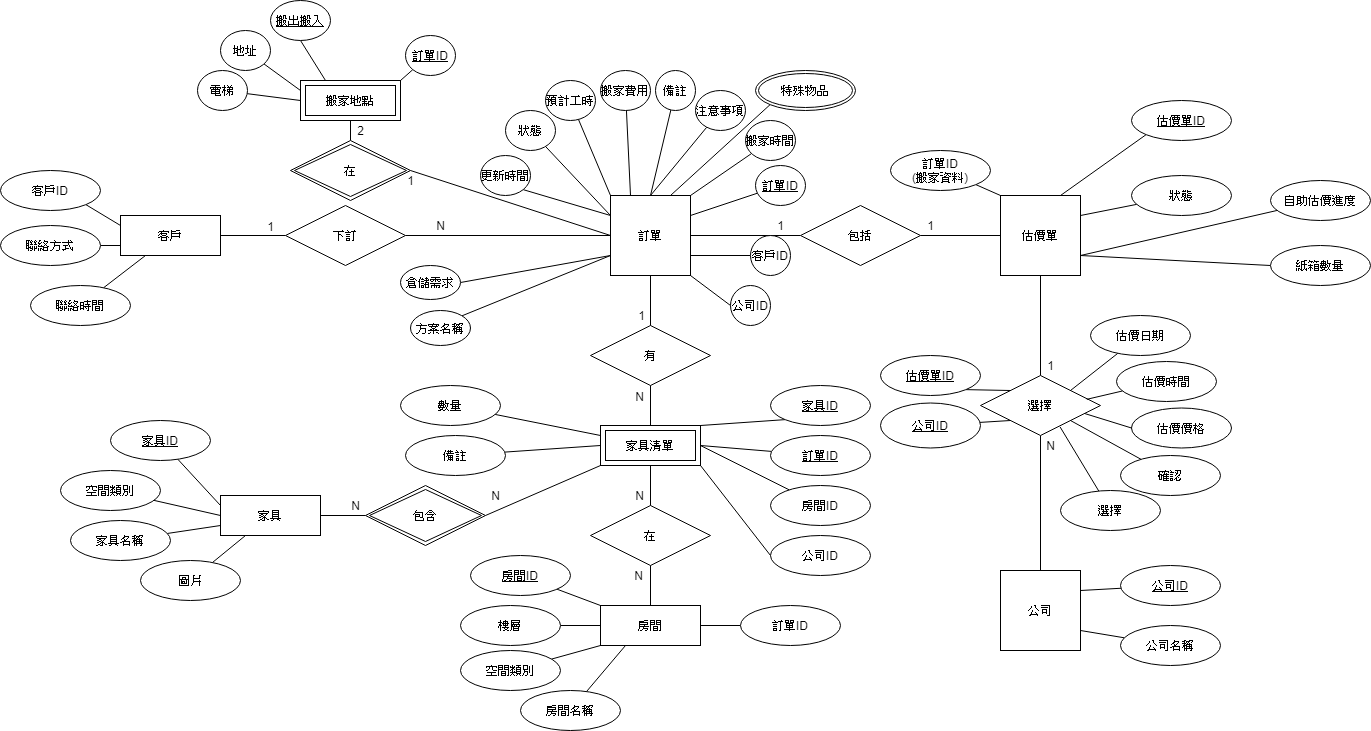
The draw.io diagram ERD/訂單.png in amytina1998/movingPHP, before a commit. Source tidied: cells renumbered, new cells last; positions are measured from the earlier drawing's top-left corner, leaving out a move shared by most shapes.
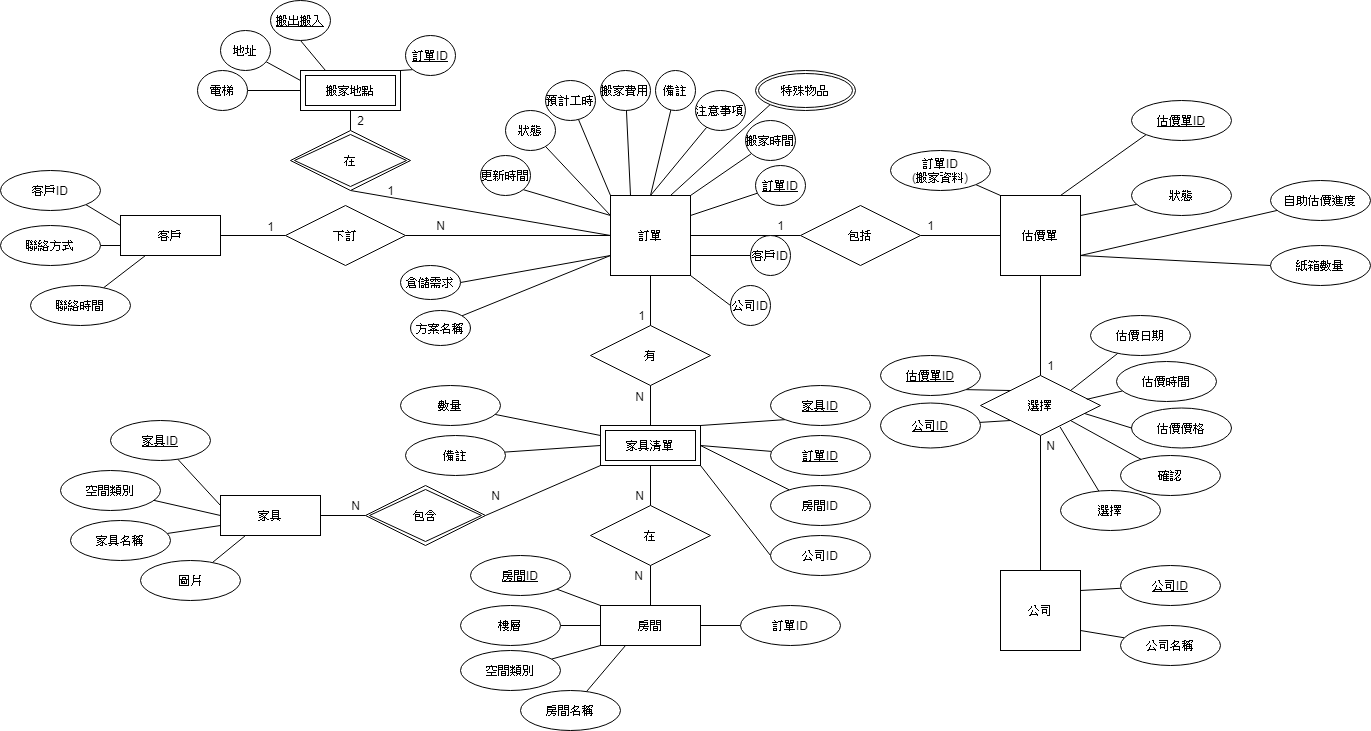
After the change.

Change to the diagram source:
```diff
@@ -193,7 +193,7 @@
     <mxCell id="61" style="edgeStyle=none;rounded=0;jettySize=auto;html=1;exitX=1;exitY=0.5;exitDx=0;exitDy=0;entryX=0;entryY=0.5;entryDx=0;entryDy=0;endArrow=none;endFill=0;" parent="1" edge="1" source="63" target="84">
       <mxGeometry relative="1" as="geometry" />
     </mxCell>
-    <mxCell id="62" style="edgeStyle=none;rounded=0;jettySize=auto;html=1;exitX=0;exitY=0.5;exitDx=0;exitDy=0;entryX=1;entryY=0.5;entryDx=0;entryDy=0;endArrow=none;endFill=0;" parent="1" edge="1" source="63" target="120">
+    <mxCell id="62" style="edgeStyle=none;rounded=0;jettySize=auto;html=1;exitX=0;exitY=0.5;exitDx=0;exitDy=0;entryX=0.5;entryY=1;entryDx=0;entryDy=0;endArrow=none;endFill=0;" parent="1" edge="1" source="63" target="120">
       <mxGeometry relative="1" as="geometry" />
     </mxCell>
     <mxCell id="63" value="訂單" style="whiteSpace=wrap;html=1;align=center;" parent="1" vertex="1">
@@ -350,7 +350,7 @@
       <mxGeometry x="197" y="70" width="50" height="40" as="geometry" />
     </mxCell>
     <mxCell id="114" value="搬家地點" style="shape=ext;margin=3;double=1;whiteSpace=wrap;html=1;align=center;" parent="1" vertex="1">
-      <mxGeometry x="300" y="80" width="100" height="40" as="geometry" />
+      <mxGeometry x="300" y="70" width="100" height="40" as="geometry" />
     </mxCell>
     <mxCell id="115" style="edgeStyle=none;rounded=0;jettySize=auto;html=1;exitX=0.5;exitY=1;exitDx=0;exitDy=0;entryX=0.25;entryY=0;entryDx=0;entryDy=0;endArrow=none;endFill=0;fontStyle=4;" parent="1" edge="1" source="116" target="114">
       <mxGeometry relative="1" as="geometry" />
@@ -368,13 +368,13 @@
       <mxGeometry relative="1" as="geometry" />
     </mxCell>
     <mxCell id="120" value="在" style="shape=rhombus;double=1;perimeter=rhombusPerimeter;whiteSpace=wrap;html=1;align=center;" parent="1" vertex="1">
-      <mxGeometry x="290" y="140" width="120" height="60" as="geometry" />
+      <mxGeometry x="290" y="130" width="120" height="60" as="geometry" />
     </mxCell>
     <mxCell id="121" value="1" style="text;html=1;align=center;verticalAlign=middle;" parent="1" vertex="1">
-      <mxGeometry x="400" y="170" width="20" height="20" as="geometry" />
+      <mxGeometry x="380" y="180" width="20" height="20" as="geometry" />
     </mxCell>
     <mxCell id="122" value="2" style="text;html=1;align=center;verticalAlign=middle;" parent="1" vertex="1">
-      <mxGeometry x="350" y="120" width="20" height="20" as="geometry" />
+      <mxGeometry x="350" y="110" width="20" height="20" as="geometry" />
     </mxCell>
     <mxCell id="123" value="客戶" style="whiteSpace=wrap;html=1;align=center;" parent="1" vertex="1">
       <mxGeometry x="120" y="215" width="100" height="40" as="geometry" />
```
